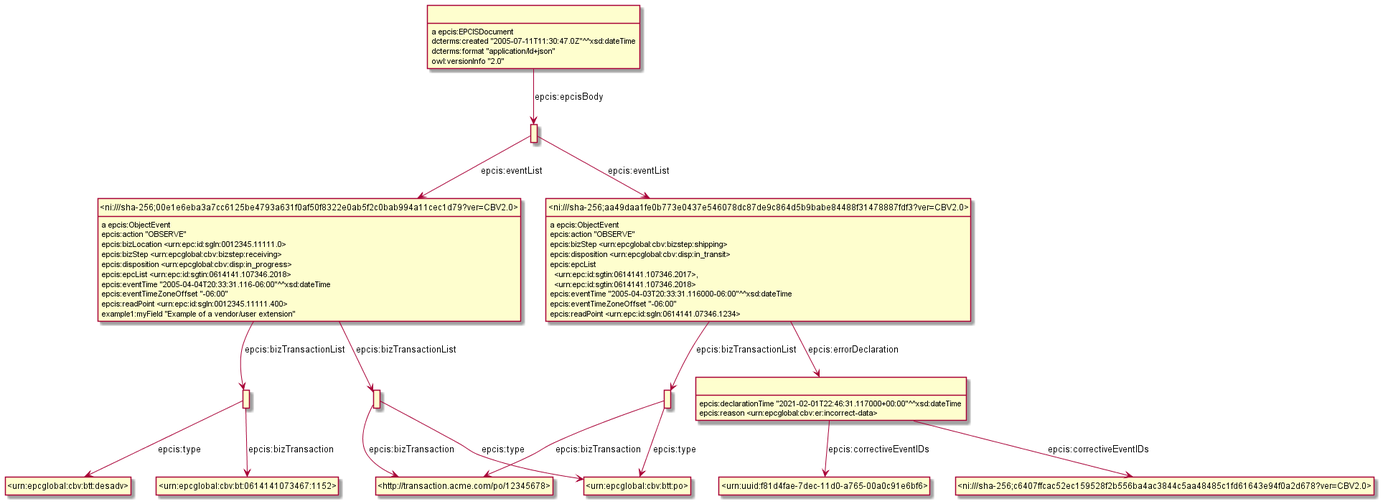
Before: Diagrams/Example_9.6.1-ObjectEvent-with-error-declaration.png, a diagram exported from PlantUML (gs1/EPCIS). The source it was exported from:
```plantuml
@startuml
hide empty methods
hide empty attributes
hide circle
skinparam classAttributeIconSize 0
class _r1617095289r1_ as " "
class _urn_epcglobal_cbv_btt_desadv_ as "<urn:epcglobal:cbv:btt:desadv>"
_r1617095289r1_ -down-> _urn_epcglobal_cbv_btt_desadv_ : epcis:type
class _urn_epcglobal_cbv_bt_0614141073467_1152_ as "<urn:epcglobal:cbv:bt:0614141073467:1152>"
_r1617095289r1_ -down-> _urn_epcglobal_cbv_bt_0614141073467_1152_ : epcis:bizTransaction
class _r1617095289r3_ as " "
class _ni_sha_256_00e1e6eba3a7cc6125be4793a631f0af50f8322e0ab5f2c0bab994a11cec1d79_ver_CBV2_0_ as "<ni:///sha-256;00e1e6eba3a7cc6125be4793a631f0af50f8322e0ab5f2c0bab994a11cec1d79?ver=CBV2.0>"
_r1617095289r3_ -down-> _ni_sha_256_00e1e6eba3a7cc6125be4793a631f0af50f8322e0ab5f2c0bab994a11cec1d79_ver_CBV2_0_ : epcis:eventList
class _ni_sha_256_aa49daa1fe0b773e0437e546078dc87de9c864d5b9babe84488f31478887fdf3_ver_CBV2_0_ as "<ni:///sha-256;aa49daa1fe0b773e0437e546078dc87de9c864d5b9babe84488f31478887fdf3?ver=CBV2.0>"
_r1617095289r3_ -down-> _ni_sha_256_aa49daa1fe0b773e0437e546078dc87de9c864d5b9babe84488f31478887fdf3_ver_CBV2_0_ : epcis:eventList
_ni_sha_256_aa49daa1fe0b773e0437e546078dc87de9c864d5b9babe84488f31478887fdf3_ver_CBV2_0_ : a epcis:ObjectEvent
class _r1617095289r4_ as " "
_ni_sha_256_aa49daa1fe0b773e0437e546078dc87de9c864d5b9babe84488f31478887fdf3_ver_CBV2_0_ -down-> _r1617095289r4_ : epcis:bizTransactionList
class _r1617095289r5_ as " "
_ni_sha_256_aa49daa1fe0b773e0437e546078dc87de9c864d5b9babe84488f31478887fdf3_ver_CBV2_0_ -down-> _r1617095289r5_ : epcis:errorDeclaration
_ni_sha_256_aa49daa1fe0b773e0437e546078dc87de9c864d5b9babe84488f31478887fdf3_ver_CBV2_0_ : epcis:action "OBSERVE"
_ni_sha_256_aa49daa1fe0b773e0437e546078dc87de9c864d5b9babe84488f31478887fdf3_ver_CBV2_0_ : epcis:bizStep <urn:epcglobal:cbv:bizstep:shipping>
_ni_sha_256_aa49daa1fe0b773e0437e546078dc87de9c864d5b9babe84488f31478887fdf3_ver_CBV2_0_ : epcis:disposition <urn:epcglobal:cbv:disp:in_transit>
_ni_sha_256_aa49daa1fe0b773e0437e546078dc87de9c864d5b9babe84488f31478887fdf3_ver_CBV2_0_ : epcis:epcList\n  <urn:epc:id:sgtin:0614141.107346.2017>,\n  <urn:epc:id:sgtin:0614141.107346.2018>
_ni_sha_256_aa49daa1fe0b773e0437e546078dc87de9c864d5b9babe84488f31478887fdf3_ver_CBV2_0_ : epcis:eventTime "2005-04-03T20:33:31.116000-06:00"^^xsd:dateTime
_ni_sha_256_aa49daa1fe0b773e0437e546078dc87de9c864d5b9babe84488f31478887fdf3_ver_CBV2_0_ : epcis:eventTimeZoneOffset "-06:00"
_ni_sha_256_aa49daa1fe0b773e0437e546078dc87de9c864d5b9babe84488f31478887fdf3_ver_CBV2_0_ : epcis:readPoint <urn:epc:id:sgln:0614141.07346.1234>
class _r1617095289r0_ as " "
class _http_transaction_acme_com_po_12345678_ as "<http://transaction.acme.com/po/12345678>"
_r1617095289r0_ -down-> _http_transaction_acme_com_po_12345678_ : epcis:bizTransaction
class _urn_epcglobal_cbv_btt_po_ as "<urn:epcglobal:cbv:btt:po>"
_r1617095289r0_ -down-> _urn_epcglobal_cbv_btt_po_ : epcis:type
_ni_sha_256_00e1e6eba3a7cc6125be4793a631f0af50f8322e0ab5f2c0bab994a11cec1d79_ver_CBV2_0_ : a epcis:ObjectEvent
_ni_sha_256_00e1e6eba3a7cc6125be4793a631f0af50f8322e0ab5f2c0bab994a11cec1d79_ver_CBV2_0_ -down-> _r1617095289r0_ : epcis:bizTransactionList
_ni_sha_256_00e1e6eba3a7cc6125be4793a631f0af50f8322e0ab5f2c0bab994a11cec1d79_ver_CBV2_0_ -down-> _r1617095289r1_ : epcis:bizTransactionList
_ni_sha_256_00e1e6eba3a7cc6125be4793a631f0af50f8322e0ab5f2c0bab994a11cec1d79_ver_CBV2_0_ : epcis:action "OBSERVE"
_ni_sha_256_00e1e6eba3a7cc6125be4793a631f0af50f8322e0ab5f2c0bab994a11cec1d79_ver_CBV2_0_ : epcis:bizLocation <urn:epc:id:sgln:0012345.11111.0>
_ni_sha_256_00e1e6eba3a7cc6125be4793a631f0af50f8322e0ab5f2c0bab994a11cec1d79_ver_CBV2_0_ : epcis:bizStep <urn:epcglobal:cbv:bizstep:receiving>
_ni_sha_256_00e1e6eba3a7cc6125be4793a631f0af50f8322e0ab5f2c0bab994a11cec1d79_ver_CBV2_0_ : epcis:disposition <urn:epcglobal:cbv:disp:in_progress>
_ni_sha_256_00e1e6eba3a7cc6125be4793a631f0af50f8322e0ab5f2c0bab994a11cec1d79_ver_CBV2_0_ : epcis:epcList <urn:epc:id:sgtin:0614141.107346.2018>
_ni_sha_256_00e1e6eba3a7cc6125be4793a631f0af50f8322e0ab5f2c0bab994a11cec1d79_ver_CBV2_0_ : epcis:eventTime "2005-04-04T20:33:31.116-06:00"^^xsd:dateTime
_ni_sha_256_00e1e6eba3a7cc6125be4793a631f0af50f8322e0ab5f2c0bab994a11cec1d79_ver_CBV2_0_ : epcis:eventTimeZoneOffset "-06:00"
_ni_sha_256_00e1e6eba3a7cc6125be4793a631f0af50f8322e0ab5f2c0bab994a11cec1d79_ver_CBV2_0_ : epcis:readPoint <urn:epc:id:sgln:0012345.11111.400>
_ni_sha_256_00e1e6eba3a7cc6125be4793a631f0af50f8322e0ab5f2c0bab994a11cec1d79_ver_CBV2_0_ : example1:myField "Example of a vendor/user extension"
class _urn_uuid_f81d4fae_7dec_11d0_a765_00a0c91e6bf6_ as "<urn:uuid:f81d4fae-7dec-11d0-a765-00a0c91e6bf6>"
_r1617095289r5_ -down-> _urn_uuid_f81d4fae_7dec_11d0_a765_00a0c91e6bf6_ : epcis:correctiveEventIDs
class _ni_sha_256_c6407ffcac52ec159528f2b556ba4ac3844c5aa48485c1fd61643e94f0a2d678_ver_CBV2_0_ as "<ni:///sha-256;c6407ffcac52ec159528f2b556ba4ac3844c5aa48485c1fd61643e94f0a2d678?ver=CBV2.0>"
_r1617095289r5_ -down-> _ni_sha_256_c6407ffcac52ec159528f2b556ba4ac3844c5aa48485c1fd61643e94f0a2d678_ver_CBV2_0_ : epcis:correctiveEventIDs
_r1617095289r5_ : epcis:declarationTime "2021-02-01T22:46:31.117000+00:00"^^xsd:dateTime
_r1617095289r5_ : epcis:reason <urn:epcglobal:cbv:er:incorrect-data>
_r1617095289r4_ -down-> _http_transaction_acme_com_po_12345678_ : epcis:bizTransaction
_r1617095289r4_ -down-> _urn_epcglobal_cbv_btt_po_ : epcis:type
class _r1617095289r2_ as " "
_r1617095289r2_ : a epcis:EPCISDocument
_r1617095289r2_ -down-> _r1617095289r3_ : epcis:epcisBody
_r1617095289r2_ : dcterms:created "2005-07-11T11:30:47.0Z"^^xsd:dateTime
_r1617095289r2_ : dcterms:format "application/ld+json"
_r1617095289r2_ : owl:versionInfo "2.0"
@enduml
```
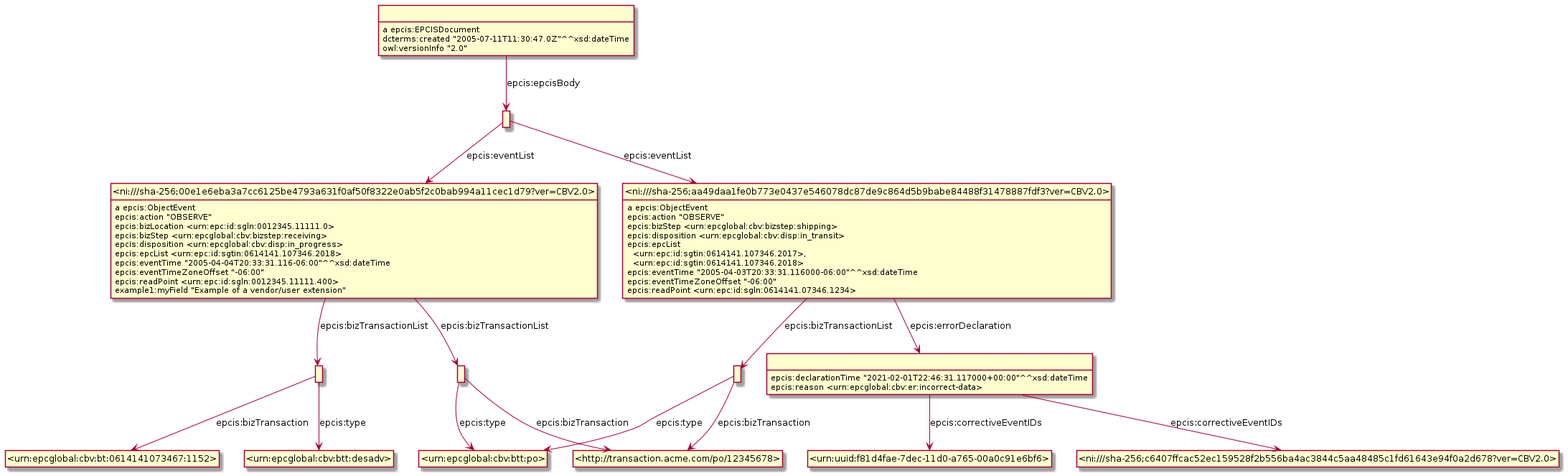
The same file after the commit.

The edit, as a diff of the source:
```diff
@@ -3,36 +3,21 @@
 hide empty attributes
 hide circle
 skinparam classAttributeIconSize 0
-class _r1617095289r1_ as " "
-class _urn_epcglobal_cbv_btt_desadv_ as "<urn:epcglobal:cbv:btt:desadv>"
-_r1617095289r1_ -down-> _urn_epcglobal_cbv_btt_desadv_ : epcis:type
-class _urn_epcglobal_cbv_bt_0614141073467_1152_ as "<urn:epcglobal:cbv:bt:0614141073467:1152>"
-_r1617095289r1_ -down-> _urn_epcglobal_cbv_bt_0614141073467_1152_ : epcis:bizTransaction
-class _r1617095289r3_ as " "
+class _r1623307980r3_ as " "
 class _ni_sha_256_00e1e6eba3a7cc6125be4793a631f0af50f8322e0ab5f2c0bab994a11cec1d79_ver_CBV2_0_ as "<ni:///sha-256;00e1e6eba3a7cc6125be4793a631f0af50f8322e0ab5f2c0bab994a11cec1d79?ver=CBV2.0>"
-_r1617095289r3_ -down-> _ni_sha_256_00e1e6eba3a7cc6125be4793a631f0af50f8322e0ab5f2c0bab994a11cec1d79_ver_CBV2_0_ : epcis:eventList
+_r1623307980r3_ -down-> _ni_sha_256_00e1e6eba3a7cc6125be4793a631f0af50f8322e0ab5f2c0bab994a11cec1d79_ver_CBV2_0_ : epcis:eventList
 class _ni_sha_256_aa49daa1fe0b773e0437e546078dc87de9c864d5b9babe84488f31478887fdf3_ver_CBV2_0_ as "<ni:///sha-256;aa49daa1fe0b773e0437e546078dc87de9c864d5b9babe84488f31478887fdf3?ver=CBV2.0>"
-_r1617095289r3_ -down-> _ni_sha_256_aa49daa1fe0b773e0437e546078dc87de9c864d5b9babe84488f31478887fdf3_ver_CBV2_0_ : epcis:eventList
-_ni_sha_256_aa49daa1fe0b773e0437e546078dc87de9c864d5b9babe84488f31478887fdf3_ver_CBV2_0_ : a epcis:ObjectEvent
-class _r1617095289r4_ as " "
-_ni_sha_256_aa49daa1fe0b773e0437e546078dc87de9c864d5b9babe84488f31478887fdf3_ver_CBV2_0_ -down-> _r1617095289r4_ : epcis:bizTransactionList
-class _r1617095289r5_ as " "
-_ni_sha_256_aa49daa1fe0b773e0437e546078dc87de9c864d5b9babe84488f31478887fdf3_ver_CBV2_0_ -down-> _r1617095289r5_ : epcis:errorDeclaration
-_ni_sha_256_aa49daa1fe0b773e0437e546078dc87de9c864d5b9babe84488f31478887fdf3_ver_CBV2_0_ : epcis:action "OBSERVE"
-_ni_sha_256_aa49daa1fe0b773e0437e546078dc87de9c864d5b9babe84488f31478887fdf3_ver_CBV2_0_ : epcis:bizStep <urn:epcglobal:cbv:bizstep:shipping>
-_ni_sha_256_aa49daa1fe0b773e0437e546078dc87de9c864d5b9babe84488f31478887fdf3_ver_CBV2_0_ : epcis:disposition <urn:epcglobal:cbv:disp:in_transit>
-_ni_sha_256_aa49daa1fe0b773e0437e546078dc87de9c864d5b9babe84488f31478887fdf3_ver_CBV2_0_ : epcis:epcList\n  <urn:epc:id:sgtin:0614141.107346.2017>,\n  <urn:epc:id:sgtin:0614141.107346.2018>
-_ni_sha_256_aa49daa1fe0b773e0437e546078dc87de9c864d5b9babe84488f31478887fdf3_ver_CBV2_0_ : epcis:eventTime "2005-04-03T20:33:31.116000-06:00"^^xsd:dateTime
-_ni_sha_256_aa49daa1fe0b773e0437e546078dc87de9c864d5b9babe84488f31478887fdf3_ver_CBV2_0_ : epcis:eventTimeZoneOffset "-06:00"
-_ni_sha_256_aa49daa1fe0b773e0437e546078dc87de9c864d5b9babe84488f31478887fdf3_ver_CBV2_0_ : epcis:readPoint <urn:epc:id:sgln:0614141.07346.1234>
-class _r1617095289r0_ as " "
-class _http_transaction_acme_com_po_12345678_ as "<http://transaction.acme.com/po/12345678>"
-_r1617095289r0_ -down-> _http_transaction_acme_com_po_12345678_ : epcis:bizTransaction
-class _urn_epcglobal_cbv_btt_po_ as "<urn:epcglobal:cbv:btt:po>"
-_r1617095289r0_ -down-> _urn_epcglobal_cbv_btt_po_ : epcis:type
+_r1623307980r3_ -down-> _ni_sha_256_aa49daa1fe0b773e0437e546078dc87de9c864d5b9babe84488f31478887fdf3_ver_CBV2_0_ : epcis:eventList
+class _r1623307980r2_ as " "
+_r1623307980r2_ : a epcis:EPCISDocument
+_r1623307980r2_ -down-> _r1623307980r3_ : epcis:epcisBody
+_r1623307980r2_ : dcterms:created "2005-07-11T11:30:47.0Z"^^xsd:dateTime
+_r1623307980r2_ : owl:versionInfo "2.0"
 _ni_sha_256_00e1e6eba3a7cc6125be4793a631f0af50f8322e0ab5f2c0bab994a11cec1d79_ver_CBV2_0_ : a epcis:ObjectEvent
-_ni_sha_256_00e1e6eba3a7cc6125be4793a631f0af50f8322e0ab5f2c0bab994a11cec1d79_ver_CBV2_0_ -down-> _r1617095289r0_ : epcis:bizTransactionList
-_ni_sha_256_00e1e6eba3a7cc6125be4793a631f0af50f8322e0ab5f2c0bab994a11cec1d79_ver_CBV2_0_ -down-> _r1617095289r1_ : epcis:bizTransactionList
+class _r1623307980r1_ as " "
+_ni_sha_256_00e1e6eba3a7cc6125be4793a631f0af50f8322e0ab5f2c0bab994a11cec1d79_ver_CBV2_0_ -down-> _r1623307980r1_ : epcis:bizTransactionList
+class _r1623307980r0_ as " "
+_ni_sha_256_00e1e6eba3a7cc6125be4793a631f0af50f8322e0ab5f2c0bab994a11cec1d79_ver_CBV2_0_ -down-> _r1623307980r0_ : epcis:bizTransactionList
 _ni_sha_256_00e1e6eba3a7cc6125be4793a631f0af50f8322e0ab5f2c0bab994a11cec1d79_ver_CBV2_0_ : epcis:action "OBSERVE"
 _ni_sha_256_00e1e6eba3a7cc6125be4793a631f0af50f8322e0ab5f2c0bab994a11cec1d79_ver_CBV2_0_ : epcis:bizLocation <urn:epc:id:sgln:0012345.11111.0>
 _ni_sha_256_00e1e6eba3a7cc6125be4793a631f0af50f8322e0ab5f2c0bab994a11cec1d79_ver_CBV2_0_ : epcis:bizStep <urn:epcglobal:cbv:bizstep:receiving>
@@ -42,18 +27,32 @@
 _ni_sha_256_00e1e6eba3a7cc6125be4793a631f0af50f8322e0ab5f2c0bab994a11cec1d79_ver_CBV2_0_ : epcis:eventTimeZoneOffset "-06:00"
 _ni_sha_256_00e1e6eba3a7cc6125be4793a631f0af50f8322e0ab5f2c0bab994a11cec1d79_ver_CBV2_0_ : epcis:readPoint <urn:epc:id:sgln:0012345.11111.400>
 _ni_sha_256_00e1e6eba3a7cc6125be4793a631f0af50f8322e0ab5f2c0bab994a11cec1d79_ver_CBV2_0_ : example1:myField "Example of a vendor/user extension"
+class _urn_epcglobal_cbv_btt_po_ as "<urn:epcglobal:cbv:btt:po>"
+_r1623307980r0_ -down-> _urn_epcglobal_cbv_btt_po_ : epcis:type
+class _http_transaction_acme_com_po_12345678_ as "<http://transaction.acme.com/po/12345678>"
+_r1623307980r0_ -down-> _http_transaction_acme_com_po_12345678_ : epcis:bizTransaction
+class _r1623307980r4_ as " "
+_r1623307980r4_ -down-> _urn_epcglobal_cbv_btt_po_ : epcis:type
+_r1623307980r4_ -down-> _http_transaction_acme_com_po_12345678_ : epcis:bizTransaction
+_ni_sha_256_aa49daa1fe0b773e0437e546078dc87de9c864d5b9babe84488f31478887fdf3_ver_CBV2_0_ : a epcis:ObjectEvent
+class _r1623307980r5_ as " "
+_ni_sha_256_aa49daa1fe0b773e0437e546078dc87de9c864d5b9babe84488f31478887fdf3_ver_CBV2_0_ -down-> _r1623307980r5_ : epcis:errorDeclaration
+_ni_sha_256_aa49daa1fe0b773e0437e546078dc87de9c864d5b9babe84488f31478887fdf3_ver_CBV2_0_ -down-> _r1623307980r4_ : epcis:bizTransactionList
+_ni_sha_256_aa49daa1fe0b773e0437e546078dc87de9c864d5b9babe84488f31478887fdf3_ver_CBV2_0_ : epcis:action "OBSERVE"
+_ni_sha_256_aa49daa1fe0b773e0437e546078dc87de9c864d5b9babe84488f31478887fdf3_ver_CBV2_0_ : epcis:bizStep <urn:epcglobal:cbv:bizstep:shipping>
+_ni_sha_256_aa49daa1fe0b773e0437e546078dc87de9c864d5b9babe84488f31478887fdf3_ver_CBV2_0_ : epcis:disposition <urn:epcglobal:cbv:disp:in_transit>
+_ni_sha_256_aa49daa1fe0b773e0437e546078dc87de9c864d5b9babe84488f31478887fdf3_ver_CBV2_0_ : epcis:epcList\n  <urn:epc:id:sgtin:0614141.107346.2017>,\n  <urn:epc:id:sgtin:0614141.107346.2018>
+_ni_sha_256_aa49daa1fe0b773e0437e546078dc87de9c864d5b9babe84488f31478887fdf3_ver_CBV2_0_ : epcis:eventTime "2005-04-03T20:33:31.116000-06:00"^^xsd:dateTime
+_ni_sha_256_aa49daa1fe0b773e0437e546078dc87de9c864d5b9babe84488f31478887fdf3_ver_CBV2_0_ : epcis:eventTimeZoneOffset "-06:00"
+_ni_sha_256_aa49daa1fe0b773e0437e546078dc87de9c864d5b9babe84488f31478887fdf3_ver_CBV2_0_ : epcis:readPoint <urn:epc:id:sgln:0614141.07346.1234>
 class _urn_uuid_f81d4fae_7dec_11d0_a765_00a0c91e6bf6_ as "<urn:uuid:f81d4fae-7dec-11d0-a765-00a0c91e6bf6>"
-_r1617095289r5_ -down-> _urn_uuid_f81d4fae_7dec_11d0_a765_00a0c91e6bf6_ : epcis:correctiveEventIDs
+_r1623307980r5_ -down-> _urn_uuid_f81d4fae_7dec_11d0_a765_00a0c91e6bf6_ : epcis:correctiveEventIDs
 class _ni_sha_256_c6407ffcac52ec159528f2b556ba4ac3844c5aa48485c1fd61643e94f0a2d678_ver_CBV2_0_ as "<ni:///sha-256;c6407ffcac52ec159528f2b556ba4ac3844c5aa48485c1fd61643e94f0a2d678?ver=CBV2.0>"
-_r1617095289r5_ -down-> _ni_sha_256_c6407ffcac52ec159528f2b556ba4ac3844c5aa48485c1fd61643e94f0a2d678_ver_CBV2_0_ : epcis:correctiveEventIDs
-_r1617095289r5_ : epcis:declarationTime "2021-02-01T22:46:31.117000+00:00"^^xsd:dateTime
-_r1617095289r5_ : epcis:reason <urn:epcglobal:cbv:er:incorrect-data>
-_r1617095289r4_ -down-> _http_transaction_acme_com_po_12345678_ : epcis:bizTransaction
-_r1617095289r4_ -down-> _urn_epcglobal_cbv_btt_po_ : epcis:type
-class _r1617095289r2_ as " "
-_r1617095289r2_ : a epcis:EPCISDocument
-_r1617095289r2_ -down-> _r1617095289r3_ : epcis:epcisBody
-_r1617095289r2_ : dcterms:created "2005-07-11T11:30:47.0Z"^^xsd:dateTime
-_r1617095289r2_ : dcterms:format "application/ld+json"
-_r1617095289r2_ : owl:versionInfo "2.0"
+_r1623307980r5_ -down-> _ni_sha_256_c6407ffcac52ec159528f2b556ba4ac3844c5aa48485c1fd61643e94f0a2d678_ver_CBV2_0_ : epcis:correctiveEventIDs
+_r1623307980r5_ : epcis:declarationTime "2021-02-01T22:46:31.117000+00:00"^^xsd:dateTime
+_r1623307980r5_ : epcis:reason <urn:epcglobal:cbv:er:incorrect-data>
+class _urn_epcglobal_cbv_bt_0614141073467_1152_ as "<urn:epcglobal:cbv:bt:0614141073467:1152>"
+_r1623307980r1_ -down-> _urn_epcglobal_cbv_bt_0614141073467_1152_ : epcis:bizTransaction
+class _urn_epcglobal_cbv_btt_desadv_ as "<urn:epcglobal:cbv:btt:desadv>"
+_r1623307980r1_ -down-> _urn_epcglobal_cbv_btt_desadv_ : epcis:type
 @enduml
```
